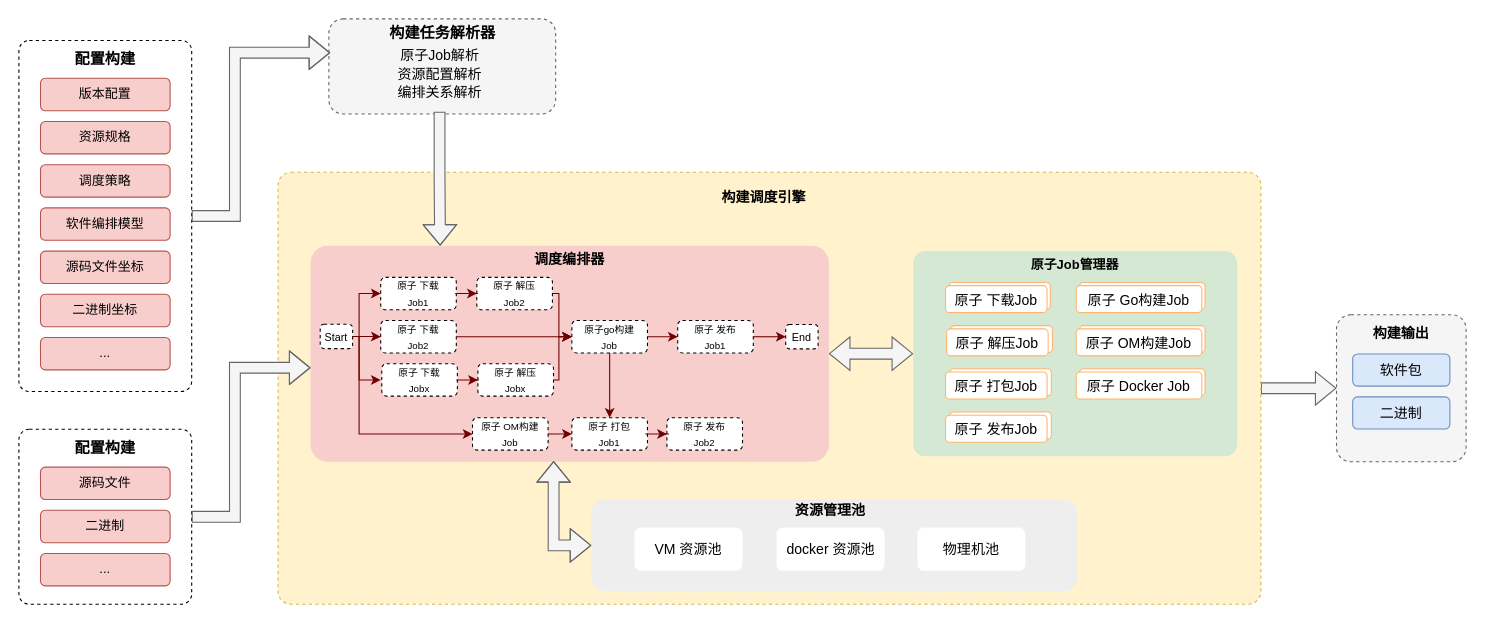
Before: build-model.drawio in zhanyeye/diagrams, a draw.io diagram. Source tidied: cells renumbered, new cells numbered last; positions are measured from the earlier drawing's top-left corner, leaving out a move shared by most shapes. Both pictures are drawn from the tidied source at 108%, with x=0, y=0 at pixel (18, 18).
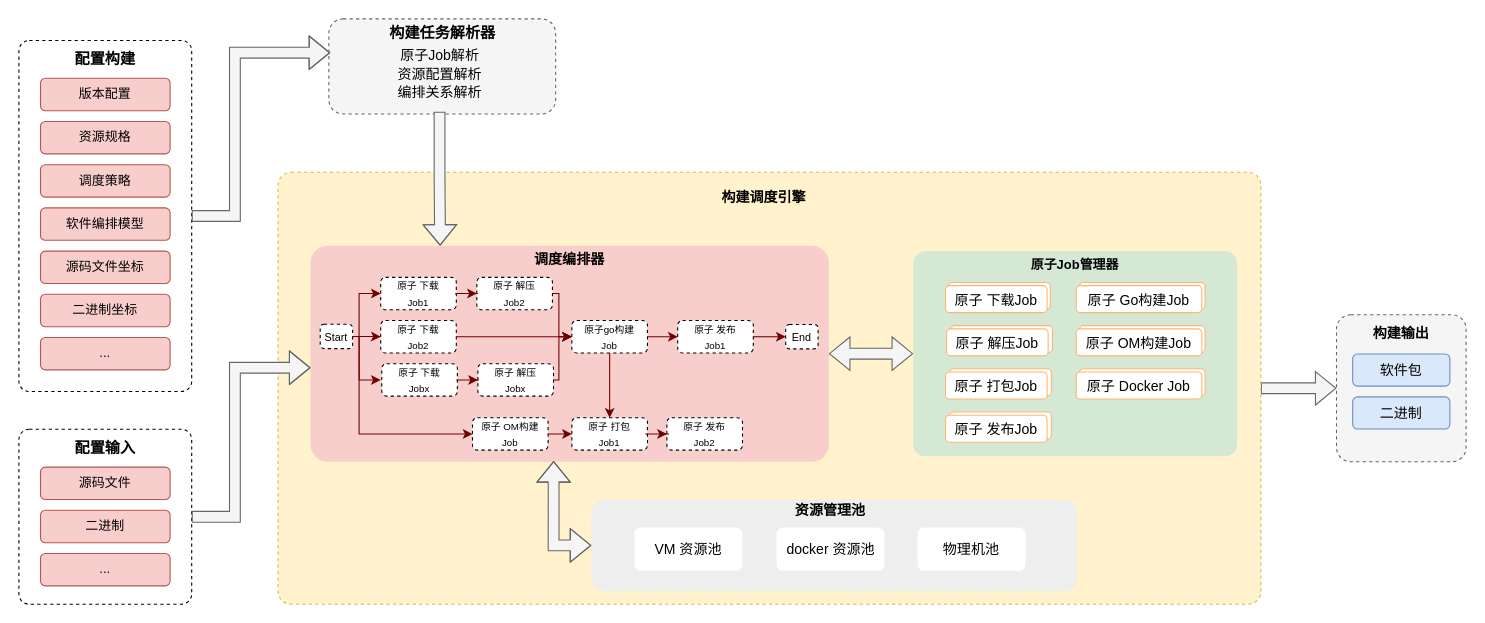
Above is the later version.

Unchanged cells that the change refers to:
```xml
<mxCell id="14" style="group;" parent="1" vertex="1">
  <mxGeometry y="380" width="160" height="162" as="geometry" />
</mxCell>
```

Diff of the diagram source:
```diff
@@
-    <mxCell id="16" value="&lt;b&gt;&lt;font style=&quot;font-size: 14px&quot;&gt;配置构建&lt;/font&gt;&lt;/b&gt;" style="text;html=1;strokeColor=none;fillColor=none;align=center;verticalAlign=middle;whiteSpace=wrap;rounded=0;dashed=1;" parent="14" vertex="1">
+    <mxCell id="16" value="&lt;b&gt;&lt;font style=&quot;font-size: 14px&quot;&gt;配置输入&lt;/font&gt;&lt;/b&gt;" style="text;html=1;strokeColor=none;fillColor=none;align=center;verticalAlign=middle;whiteSpace=wrap;rounded=0;dashed=1;" parent="14" vertex="1">
       <mxGeometry x="50" y="2" width="60" height="30" as="geometry" />
     </mxCell>
```
